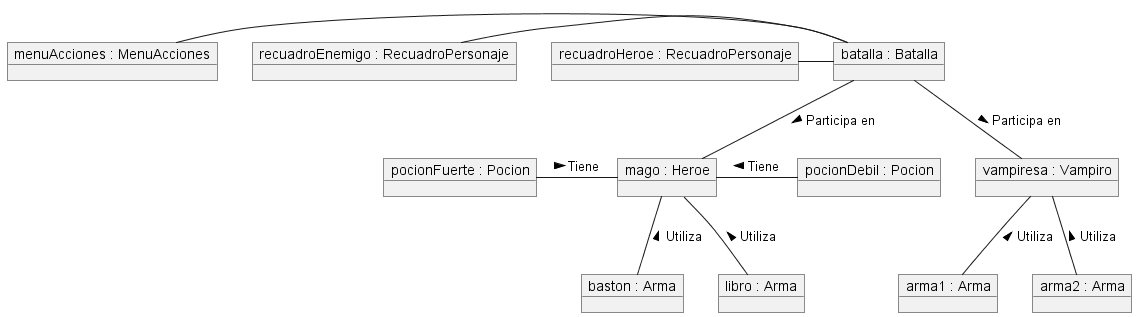
The PlantUML diagram out/Grupo1/MDominio/Objetos/Objetos.png in mmasias/IdSw2-22-23, before a commit.
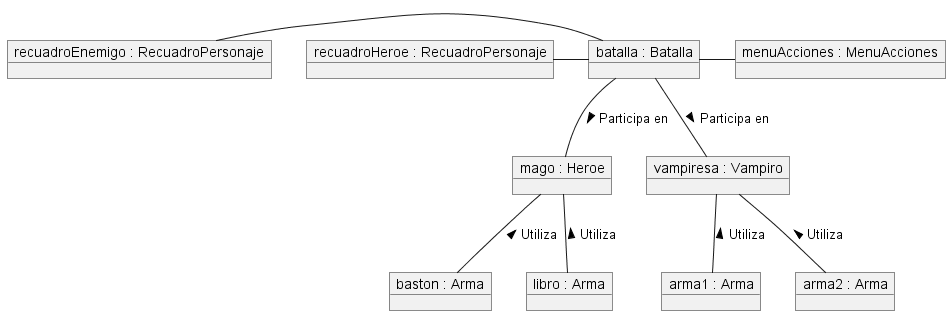
Later version of the same file.

Change to the diagram source:
```diff
@@ -10,16 +10,13 @@
 object "arma1 : Arma" as ArmaV1
 object "arma2 : Arma" as ArmaV2
 
-object "pocionDebil : Pocion" as Pocion1
-object "pocionFuerte : Pocion" as Pocion2
-
 object "recuadroHeroe : RecuadroPersonaje" as RecuadroHeroe
 object "recuadroEnemigo : RecuadroPersonaje" as RecuadroEnemigo
 object "menuAcciones : MenuAcciones" as MenuAcciones
 
 Batalla -l- RecuadroHeroe
 Batalla -l- RecuadroEnemigo
-Batalla -l- MenuAcciones
+Batalla -r- MenuAcciones
 
 Enemigo -u- Batalla : Participa en <
 Heroe -u- Batalla : Participa en <
@@ -30,8 +27,5 @@
 Enemigo -d- ArmaV1 : Utiliza <
 Enemigo -d- ArmaV2 : Utiliza <
 
-Heroe -l- Pocion1 : Tiene <
-Heroe -l- Pocion2 : Tiene <
-
 
 @enduml
```
